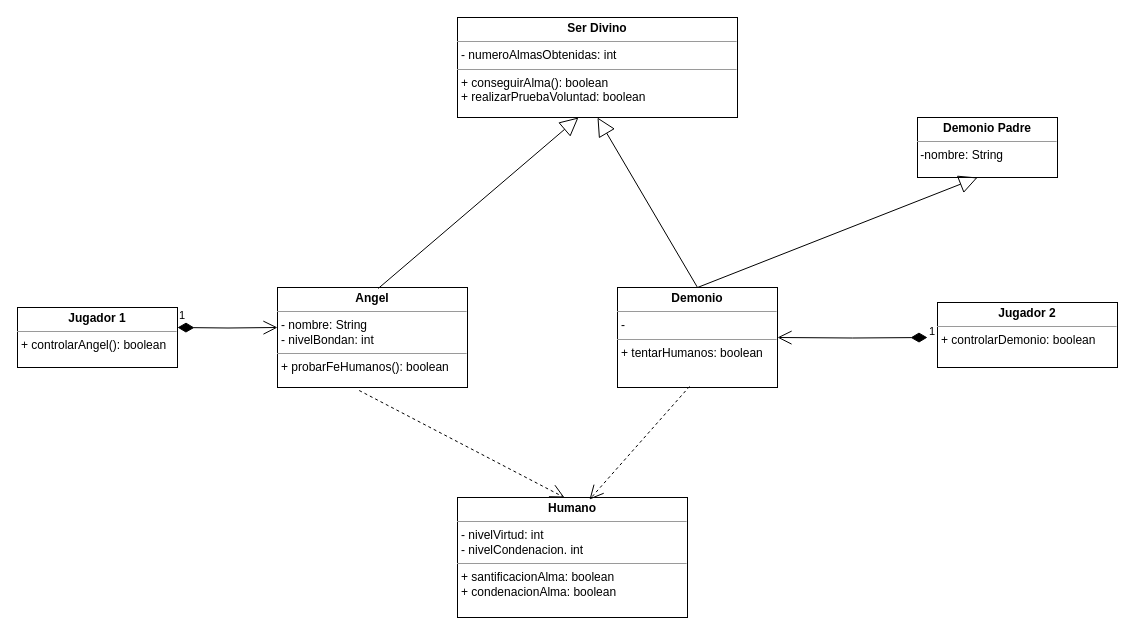
Above: ENTORNOS AD_3/Alberto/AD-3-Req2-Diagrama de Clases-Alberto.drawio in Daviid7505/Repositorio_Grupo (draw.io), before the change. Source tidied: cells renumbered, new cells numbered last; positions are measured from the earlier drawing's top-left corner, leaving out a move shared by most shapes. Both pictures are drawn from the tidied source at 100%, with x=0, y=0 at pixel (17, 17).
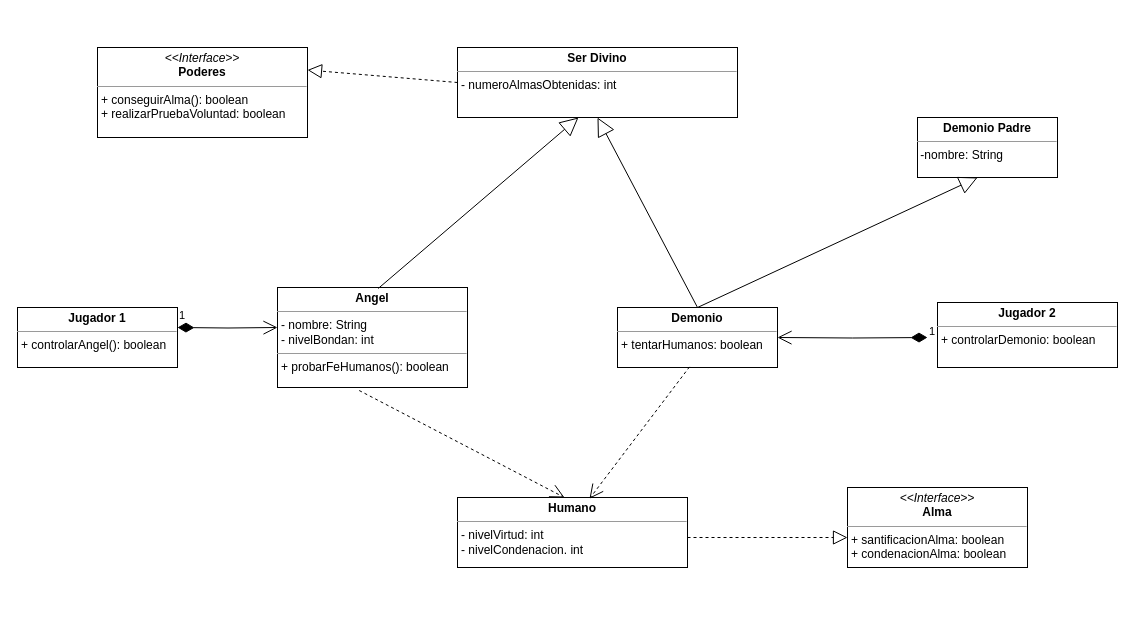
The same diagram, later.

Diff of the diagram source:
```diff
@@
-    <mxCell id="3" value="&lt;p style=&quot;margin:0px;margin-top:4px;text-align:center;&quot;&gt;&lt;b&gt;Demonio&lt;/b&gt;&lt;/p&gt;&lt;hr size=&quot;1&quot;&gt;&lt;p style=&quot;margin:0px;margin-left:4px;&quot;&gt;-&amp;nbsp;&lt;/p&gt;&lt;hr size=&quot;1&quot;&gt;&lt;p style=&quot;margin:0px;margin-left:4px;&quot;&gt;+ tentarHumanos: boolean&lt;/p&gt;" style="verticalAlign=top;align=left;overflow=fill;fontSize=12;fontFamily=Helvetica;html=1;" parent="1" vertex="1">
-      <mxGeometry x="600" y="270" width="160" height="100" as="geometry" />
+    <mxCell id="3" value="&lt;p style=&quot;margin:0px;margin-top:4px;text-align:center;&quot;&gt;&lt;b&gt;Demonio&lt;/b&gt;&lt;/p&gt;&lt;hr size=&quot;1&quot;&gt;&lt;p style=&quot;margin:0px;margin-left:4px;&quot;&gt;&lt;/p&gt;&lt;p style=&quot;margin:0px;margin-left:4px;&quot;&gt;+ tentarHumanos: boolean&lt;/p&gt;" style="verticalAlign=top;align=left;overflow=fill;fontSize=12;fontFamily=Helvetica;html=1;" parent="1" vertex="1">
+      <mxGeometry x="600" y="290" width="160" height="60" as="geometry" />
     </mxCell>
-    <mxCell id="4" value="&lt;p style=&quot;margin:0px;margin-top:4px;text-align:center;&quot;&gt;&lt;b&gt;Ser Divino&lt;/b&gt;&lt;/p&gt;&lt;hr size=&quot;1&quot;&gt;&lt;p style=&quot;margin:0px;margin-left:4px;&quot;&gt;&lt;span style=&quot;background-color: initial;&quot;&gt;- numeroAlmasObtenidas: int&lt;/span&gt;&lt;br&gt;&lt;/p&gt;&lt;hr size=&quot;1&quot;&gt;&lt;p style=&quot;margin:0px;margin-left:4px;&quot;&gt;+ conseguirAlma(): boolean&lt;/p&gt;&lt;p style=&quot;margin:0px;margin-left:4px;&quot;&gt;+ realizarPruebaVoluntad: boolean&lt;/p&gt;" style="verticalAlign=top;align=left;overflow=fill;fontSize=12;fontFamily=Helvetica;html=1;" parent="1" vertex="1">
-      <mxGeometry x="440" width="280" height="100" as="geometry" />
+    <mxCell id="4" value="&lt;p style=&quot;margin:0px;margin-top:4px;text-align:center;&quot;&gt;&lt;b&gt;Ser Divino&lt;/b&gt;&lt;/p&gt;&lt;hr size=&quot;1&quot;&gt;&lt;p style=&quot;margin:0px;margin-left:4px;&quot;&gt;&lt;span style=&quot;background-color: initial;&quot;&gt;- numeroAlmasObtenidas: int&lt;/span&gt;&lt;/p&gt;" style="verticalAlign=top;align=left;overflow=fill;fontSize=12;fontFamily=Helvetica;html=1;" parent="1" vertex="1">
+      <mxGeometry x="440" y="30" width="280" height="70" as="geometry" />
     </mxCell>
@@
-    <mxCell id="7" value="&lt;p style=&quot;margin:0px;margin-top:4px;text-align:center;&quot;&gt;&lt;b&gt;Humano&lt;/b&gt;&lt;/p&gt;&lt;hr size=&quot;1&quot;&gt;&lt;p style=&quot;margin:0px;margin-left:4px;&quot;&gt;- nivelVirtud: int&lt;/p&gt;&lt;p style=&quot;margin:0px;margin-left:4px;&quot;&gt;- nivelCondenacion. int&lt;/p&gt;&lt;hr size=&quot;1&quot;&gt;&lt;p style=&quot;margin:0px;margin-left:4px;&quot;&gt;+ santificacionAlma: boolean&lt;/p&gt;&lt;p style=&quot;margin:0px;margin-left:4px;&quot;&gt;+ condenacionAlma: boolean&lt;/p&gt;" style="verticalAlign=top;align=left;overflow=fill;fontSize=12;fontFamily=Helvetica;html=1;" parent="1" vertex="1">
-      <mxGeometry x="440" y="480" width="230" height="120" as="geometry" />
+    <mxCell id="7" value="&lt;p style=&quot;margin:0px;margin-top:4px;text-align:center;&quot;&gt;&lt;b&gt;Humano&lt;/b&gt;&lt;/p&gt;&lt;hr size=&quot;1&quot;&gt;&lt;p style=&quot;margin:0px;margin-left:4px;&quot;&gt;- nivelVirtud: int&lt;/p&gt;&lt;p style=&quot;margin:0px;margin-left:4px;&quot;&gt;- nivelCondenacion. int&lt;/p&gt;" style="verticalAlign=top;align=left;overflow=fill;fontSize=12;fontFamily=Helvetica;html=1;" parent="1" vertex="1">
+      <mxGeometry x="440" y="480" width="230" height="70" as="geometry" />
     </mxCell>
@@
+    <mxCell id="16" value="&lt;p style=&quot;margin:0px;margin-top:4px;text-align:center;&quot;&gt;&lt;i&gt;&amp;lt;&amp;lt;Interface&amp;gt;&amp;gt;&lt;/i&gt;&lt;br&gt;&lt;b&gt;Alma&lt;/b&gt;&lt;/p&gt;&lt;hr size=&quot;1&quot;&gt;&lt;p style=&quot;margin:0px;margin-left:4px;&quot;&gt;&lt;/p&gt;&lt;p style=&quot;margin: 0px 0px 0px 4px;&quot;&gt;+ santificacionAlma: boolean&lt;/p&gt;&lt;p style=&quot;margin: 0px 0px 0px 4px;&quot;&gt;+ condenacionAlma: boolean&lt;/p&gt;" style="verticalAlign=top;align=left;overflow=fill;fontSize=12;fontFamily=Helvetica;html=1;" parent="1" vertex="1">
+      <mxGeometry x="830" y="470" width="180" height="80" as="geometry" />
+    </mxCell>
+    <mxCell id="17" style="endArrow=block;dashed=1;endFill=0;endSize=12;html=1;rounded=0;" parent="1" edge="1">
+      <mxGeometry relative="1" as="geometry">
+        <mxPoint x="670" y="520" as="sourcePoint" />
+        <mxPoint x="830" y="520" as="targetPoint" />
+      </mxGeometry>
+    </mxCell>
+    <mxCell id="18" value="&lt;p style=&quot;margin:0px;margin-top:4px;text-align:center;&quot;&gt;&lt;i&gt;&amp;lt;&amp;lt;Interface&amp;gt;&amp;gt;&lt;/i&gt;&lt;br&gt;&lt;b&gt;Poderes&lt;/b&gt;&lt;/p&gt;&lt;hr size=&quot;1&quot;&gt;&lt;p style=&quot;margin:0px;margin-left:4px;&quot;&gt;&lt;/p&gt;&lt;p style=&quot;margin: 0px 0px 0px 4px;&quot;&gt;+ conseguirAlma(): boolean&lt;/p&gt;&lt;p style=&quot;margin: 0px 0px 0px 4px;&quot;&gt;+ realizarPruebaVoluntad: boolean&lt;/p&gt;" style="verticalAlign=top;align=left;overflow=fill;fontSize=12;fontFamily=Helvetica;html=1;" parent="1" vertex="1">
+      <mxGeometry x="80" y="30" width="210" height="90" as="geometry" />
+    </mxCell>
+    <mxCell id="19" style="endArrow=block;dashed=1;endFill=0;endSize=12;html=1;rounded=0;entryX=1;entryY=0.25;entryDx=0;entryDy=0;exitX=0;exitY=0.5;exitDx=0;exitDy=0;" parent="1" edge="1" source="4" target="18">
+      <mxGeometry relative="1" as="geometry" />
+    </mxCell>
```
